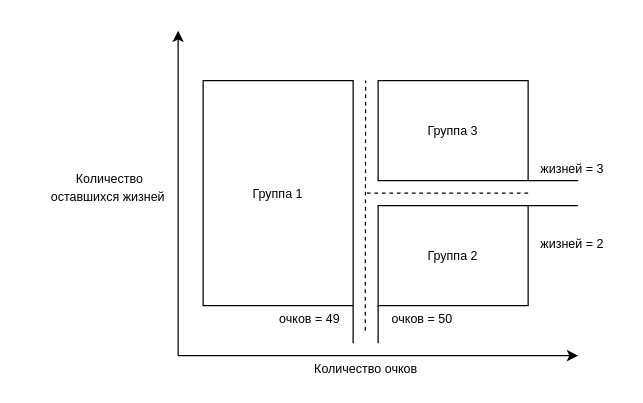
Earlier version of the draw.io diagram images/Boundaries_example.drawio (PakhomovAlexander/dissertation). Source tidied: cells renumbered, new cells numbered last; positions are measured from the earlier drawing's top-left corner, leaving out a move shared by most shapes. Both pictures are drawn from the tidied source at 125%, with x=0, y=0 at pixel (40, 30).
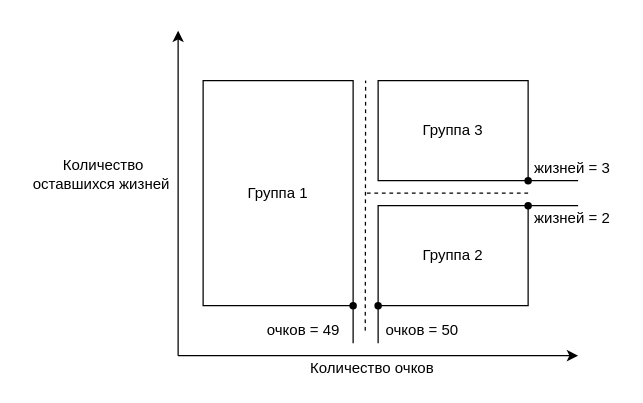
The same diagram, later.

The edit, as a diff of the source:
```diff
@@
-    <mxCell id="4" value="&lt;font style=&quot;font-size: 10px&quot;&gt;Количество очков&lt;/font&gt;" style="text;html=1;align=center;verticalAlign=middle;strokeColor=none;" parent="1" vertex="1">
-      <mxGeometry x="210" y="260" width="100" height="20" as="geometry" />
+    <mxCell id="4" value="&lt;font style=&quot;font-size: 12px&quot;&gt;Количество очков&lt;/font&gt;" style="text;html=1;align=center;verticalAlign=middle;strokeColor=none;fontFamily=Helvetica;" parent="1" vertex="1">
+      <mxGeometry x="205" y="260" width="120" height="20" as="geometry" />
     </mxCell>
-    <mxCell id="5" value="&lt;font style=&quot;font-size: 10px&quot;&gt;Количество&lt;br&gt;оставшихся жизней&amp;nbsp;&lt;/font&gt;" style="text;html=1;align=center;verticalAlign=middle;strokeColor=none;" parent="1" vertex="1">
-      <mxGeometry y="110" width="110" height="30" as="geometry" />
+    <mxCell id="5" value="&lt;font style=&quot;font-size: 12px;&quot;&gt;Количество&lt;br style=&quot;font-size: 12px;&quot;&gt;оставшихся жизней&amp;nbsp;&lt;/font&gt;" style="text;html=1;align=center;verticalAlign=middle;strokeColor=none;fontFamily=Helvetica;fontSize=12;" parent="1" vertex="1">
+      <mxGeometry x="-15" y="100" width="130" height="30" as="geometry" />
     </mxCell>
-    <mxCell id="6" value="&lt;font style=&quot;font-size: 10px&quot;&gt;Группа 1&lt;/font&gt;" style="whiteSpace=wrap;html=1;" parent="1" vertex="1">
+    <mxCell id="6" value="&lt;font style=&quot;font-size: 12px&quot;&gt;Группа 1&lt;/font&gt;" style="whiteSpace=wrap;html=1;fontFamily=Helvetica;" parent="1" vertex="1">
       <mxGeometry x="130" y="40" width="120" height="180" as="geometry" />
     </mxCell>
-    <mxCell id="7" value="&lt;font style=&quot;font-size: 10px&quot;&gt;Группа 2&lt;/font&gt;" style="whiteSpace=wrap;html=1;" parent="1" vertex="1">
+    <mxCell id="7" value="&lt;font style=&quot;font-size: 12px&quot;&gt;Группа 2&lt;/font&gt;" style="whiteSpace=wrap;html=1;fontFamily=Helvetica;" parent="1" vertex="1">
       <mxGeometry x="270" y="140" width="120" height="80" as="geometry" />
     </mxCell>
-    <mxCell id="8" value="&lt;font style=&quot;font-size: 10px&quot;&gt;Группа 3&lt;/font&gt;" style="whiteSpace=wrap;html=1;" parent="1" vertex="1">
+    <mxCell id="8" value="&lt;font style=&quot;font-size: 12px&quot;&gt;Группа 3&lt;/font&gt;" style="whiteSpace=wrap;html=1;fontFamily=Helvetica;" parent="1" vertex="1">
       <mxGeometry x="270" y="40" width="120" height="80" as="geometry" />
     </mxCell>
-    <mxCell id="9" style="endArrow=none;html=1;targetPerimeterSpacing=0;" parent="1" edge="1">
+    <mxCell id="9" style="endArrow=none;html=1;targetPerimeterSpacing=0;startArrow=none;" parent="1" edge="1" source="20">
       <mxGeometry relative="1" as="geometry">
-        <mxPoint x="250" y="250" as="sourcePoint" />
         <mxPoint x="250" y="220" as="targetPoint" />
       </mxGeometry>
     </mxCell>
@@
-    <mxCell id="11" value="&lt;font style=&quot;font-size: 10px&quot;&gt;очков = 49&lt;/font&gt;" style="text;html=1;align=center;verticalAlign=middle;strokeColor=none;" parent="1" vertex="1">
-      <mxGeometry x="180" y="220" width="70" height="20" as="geometry" />
+    <mxCell id="11" value="&lt;font style=&quot;font-size: 12px&quot; face=&quot;Helvetica&quot;&gt;очков = 49&lt;/font&gt;" style="text;html=1;align=center;verticalAlign=middle;strokeColor=none;fontFamily=Times New Roman;" parent="1" vertex="1">
+      <mxGeometry x="170" y="230" width="80" height="20" as="geometry" />
     </mxCell>
-    <mxCell id="12" value="&lt;font style=&quot;font-size: 10px&quot;&gt;очков = 50&lt;/font&gt;" style="text;html=1;align=center;verticalAlign=middle;strokeColor=none;" parent="1" vertex="1">
-      <mxGeometry x="270" y="220" width="70" height="20" as="geometry" />
+    <mxCell id="12" value="&lt;font style=&quot;font-size: 12px&quot;&gt;очков = 50&lt;/font&gt;" style="text;html=1;align=center;verticalAlign=middle;strokeColor=none;fontFamily=Helvetica;" parent="1" vertex="1">
+      <mxGeometry x="265" y="230" width="80" height="20" as="geometry" />
     </mxCell>
@@
-    <mxCell id="15" value="&lt;font style=&quot;font-size: 10px&quot;&gt;жизней = 3&lt;/font&gt;" style="text;html=1;align=center;verticalAlign=middle;strokeColor=none;" parent="1" vertex="1">
-      <mxGeometry x="390" y="100" width="70" height="20" as="geometry" />
+    <mxCell id="15" value="&lt;font style=&quot;font-size: 12px&quot;&gt;жизней = 3&lt;/font&gt;" style="text;html=1;align=center;verticalAlign=middle;strokeColor=none;fontFamily=Helvetica;" parent="1" vertex="1">
+      <mxGeometry x="385" y="100" width="80" height="20" as="geometry" />
     </mxCell>
-    <mxCell id="16" value="&lt;font style=&quot;font-size: 10px&quot;&gt;жизней = 2&lt;/font&gt;" style="text;html=1;align=center;verticalAlign=middle;strokeColor=none;" parent="1" vertex="1">
-      <mxGeometry x="390" y="160" width="70" height="20" as="geometry" />
+    <mxCell id="16" value="&lt;font style=&quot;font-size: 12px&quot;&gt;жизней = 2&lt;/font&gt;" style="text;html=1;align=center;verticalAlign=middle;strokeColor=none;fontFamily=Helvetica;" parent="1" vertex="1">
+      <mxGeometry x="385" y="140" width="80" height="20" as="geometry" />
     </mxCell>
@@
+    <mxCell id="20" style="shape=waypoint;sketch=0;size=6;points=[];fillColor=none;perimeter=centerPerimeter;snapToPoint=1;fontFamily=Times New Roman;fontSize=12;" parent="1" vertex="1">
+      <mxGeometry x="230" y="200" width="40" height="40" as="geometry" />
+    </mxCell>
+    <mxCell id="21" style="endArrow=none;html=1;" parent="1" edge="1" target="20">
+      <mxGeometry relative="1" as="geometry">
+        <mxPoint x="250" y="250" as="sourcePoint" />
+      </mxGeometry>
+    </mxCell>
+    <mxCell id="22" style="shape=waypoint;sketch=0;size=6;fillColor=none;perimeter=centerPerimeter;fontFamily=Times New Roman;fontSize=12;" parent="1" vertex="1">
+      <mxGeometry x="250" y="200" width="40" height="40" as="geometry" />
+    </mxCell>
+    <mxCell id="23" style="shape=waypoint;sketch=0;size=6;fillColor=none;perimeter=centerPerimeter;fontFamily=Times New Roman;fontSize=12;" parent="1" vertex="1">
+      <mxGeometry x="370" y="120" width="40" height="40" as="geometry" />
+    </mxCell>
+    <mxCell id="24" style="shape=waypoint;sketch=0;size=6;fillColor=none;perimeter=centerPerimeter;fontFamily=Times New Roman;fontSize=12;" parent="1" vertex="1">
+      <mxGeometry x="370" y="100" width="40" height="40" as="geometry" />
+    </mxCell>
```
